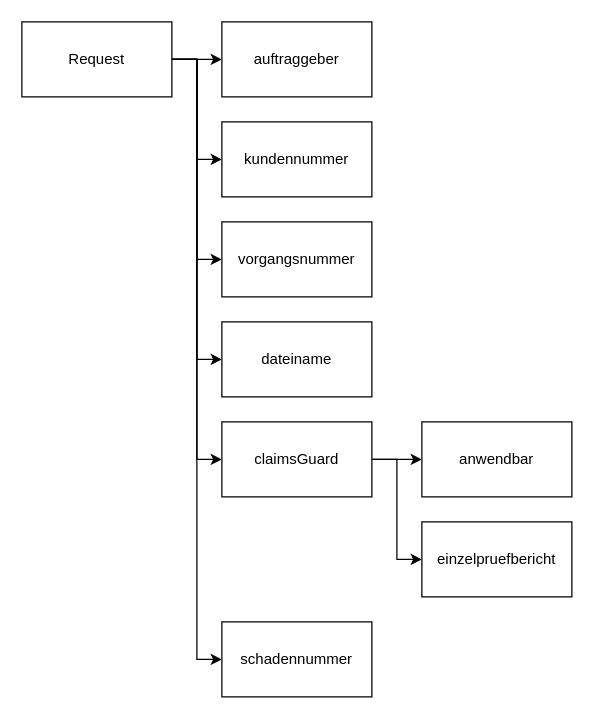
Above: Dokumentation/Diagramme/XML_Graph/XML_Anfrage.drawio in iiiLearningAccount/ReklaTool_221025 (draw.io), before the change. Source tidied: cells renumbered, new cells numbered last; positions are measured from the earlier drawing's top-left corner, leaving out a move shared by most shapes. Both pictures are drawn from the tidied source at 125%, with x=0, y=0 at pixel (21, 21).
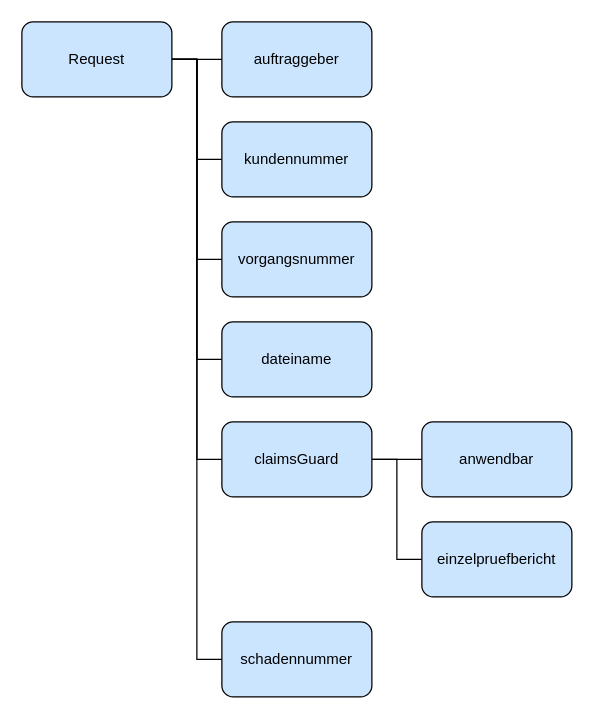
The same diagram, later.

The edit, as a diff of the source:
```diff
@@
-    <mxCell id="2" style="edgeStyle=orthogonalEdgeStyle;rounded=0;jettySize=auto;html=1;" parent="1" edge="1" source="8" target="9">
+    <mxCell id="2" style="edgeStyle=orthogonalEdgeStyle;rounded=0;jettySize=auto;html=1;endArrow=none;endFill=0;startArrow=none;startFill=0;" parent="1" edge="1" source="8" target="9">
       <mxGeometry relative="1" as="geometry" />
     </mxCell>
-    <mxCell id="3" style="edgeStyle=orthogonalEdgeStyle;rounded=0;jettySize=auto;html=1;fontSize=12;" parent="1" edge="1" source="8" target="10">
+    <mxCell id="3" style="edgeStyle=orthogonalEdgeStyle;rounded=0;jettySize=auto;html=1;fontSize=12;endArrow=none;endFill=0;startArrow=none;startFill=0;" parent="1" edge="1" source="8" target="10">
       <mxGeometry relative="1" as="geometry">
         <Array as="points">
           <mxPoint x="140" y="30" />
           <mxPoint x="140" y="110" />
         </Array>
       </mxGeometry>
     </mxCell>
-    <mxCell id="4" style="edgeStyle=orthogonalEdgeStyle;rounded=0;jettySize=auto;html=1;fontSize=12;" parent="1" edge="1" source="8" target="11">
+    <mxCell id="4" style="edgeStyle=orthogonalEdgeStyle;rounded=0;jettySize=auto;html=1;fontSize=12;endArrow=none;endFill=0;startArrow=none;startFill=0;" parent="1" edge="1" source="8" target="11">
       <mxGeometry relative="1" as="geometry">
         <Array as="points">
           <mxPoint x="140" y="30" />
           <mxPoint x="140" y="190" />
         </Array>
       </mxGeometry>
     </mxCell>
-    <mxCell id="5" style="edgeStyle=orthogonalEdgeStyle;rounded=0;jettySize=auto;html=1;fontSize=12;" parent="1" edge="1" source="8" target="12">
+    <mxCell id="5" style="edgeStyle=orthogonalEdgeStyle;rounded=0;jettySize=auto;html=1;fontSize=12;endArrow=none;endFill=0;startArrow=none;startFill=0;" parent="1" edge="1" source="8" target="12">
       <mxGeometry relative="1" as="geometry">
         <Array as="points">
           <mxPoint x="140" y="30" />
           <mxPoint x="140" y="270" />
         </Array>
       </mxGeometry>
     </mxCell>
-    <mxCell id="6" style="edgeStyle=orthogonalEdgeStyle;rounded=0;jettySize=auto;html=1;fontSize=12;" parent="1" edge="1" source="8" target="15">
+    <mxCell id="6" style="edgeStyle=orthogonalEdgeStyle;rounded=0;jettySize=auto;html=1;fontSize=12;endArrow=none;endFill=0;startArrow=none;startFill=0;" parent="1" edge="1" source="8" target="15">
       <mxGeometry relative="1" as="geometry">
         <Array as="points">
           <mxPoint x="140" y="30" />
           <mxPoint x="140" y="350" />
         </Array>
       </mxGeometry>
     </mxCell>
-    <mxCell id="7" style="edgeStyle=orthogonalEdgeStyle;rounded=0;jettySize=auto;html=1;fontSize=12;" parent="1" edge="1" source="8" target="18">
+    <mxCell id="7" style="edgeStyle=orthogonalEdgeStyle;rounded=0;jettySize=auto;html=1;fontSize=12;endArrow=none;endFill=0;startArrow=none;startFill=0;" parent="1" edge="1" source="8" target="18">
       <mxGeometry relative="1" as="geometry">
         <Array as="points">
           <mxPoint x="140" y="30" />
           <mxPoint x="140" y="510" />
         </Array>
       </mxGeometry>
     </mxCell>
-    <mxCell id="8" value="Request" style="rounded=0;whiteSpace=wrap;html=1;" parent="1" vertex="1">
+    <mxCell id="8" value="Request" style="rounded=1;whiteSpace=wrap;html=1;fillColor=#CCE5FF;" parent="1" vertex="1">
       <mxGeometry width="120" height="60" as="geometry" />
     </mxCell>
-    <mxCell id="9" value="auftraggeber" style="rounded=0;whiteSpace=wrap;html=1;" parent="1" vertex="1">
+    <mxCell id="9" value="auftraggeber" style="rounded=1;whiteSpace=wrap;html=1;fillColor=#CCE5FF;" parent="1" vertex="1">
       <mxGeometry x="160" width="120" height="60" as="geometry" />
     </mxCell>
-    <mxCell id="10" value="kundennummer" style="rounded=0;whiteSpace=wrap;html=1;" parent="1" vertex="1">
+    <mxCell id="10" value="kundennummer" style="rounded=1;whiteSpace=wrap;html=1;fillColor=#CCE5FF;" parent="1" vertex="1">
       <mxGeometry x="160" y="80" width="120" height="60" as="geometry" />
     </mxCell>
-    <mxCell id="11" value="vorgangsnummer" style="rounded=0;whiteSpace=wrap;html=1;" parent="1" vertex="1">
+    <mxCell id="11" value="vorgangsnummer" style="rounded=1;whiteSpace=wrap;html=1;fillColor=#CCE5FF;" parent="1" vertex="1">
       <mxGeometry x="160" y="160" width="120" height="60" as="geometry" />
     </mxCell>
-    <mxCell id="12" value="dateiname" style="rounded=0;whiteSpace=wrap;html=1;" parent="1" vertex="1">
+    <mxCell id="12" value="dateiname" style="rounded=1;whiteSpace=wrap;html=1;fillColor=#CCE5FF;" parent="1" vertex="1">
       <mxGeometry x="160" y="240" width="120" height="60" as="geometry" />
     </mxCell>
-    <mxCell id="13" style="edgeStyle=orthogonalEdgeStyle;rounded=0;jettySize=auto;html=1;fontSize=12;" parent="1" edge="1" source="15" target="16">
+    <mxCell id="13" style="edgeStyle=orthogonalEdgeStyle;rounded=0;jettySize=auto;html=1;fontSize=12;endArrow=none;endFill=0;startArrow=none;startFill=0;" parent="1" edge="1" source="15" target="16">
       <mxGeometry relative="1" as="geometry" />
     </mxCell>
-    <mxCell id="14" style="edgeStyle=orthogonalEdgeStyle;rounded=0;jettySize=auto;html=1;fontSize=12;" parent="1" edge="1" source="15" target="17">
+    <mxCell id="14" style="edgeStyle=orthogonalEdgeStyle;rounded=0;jettySize=auto;html=1;fontSize=12;endArrow=none;endFill=0;startArrow=none;startFill=0;" parent="1" edge="1" source="15" target="17">
       <mxGeometry relative="1" as="geometry">
         <Array as="points">
           <mxPoint x="300" y="350" />
           <mxPoint x="300" y="430" />
         </Array>
       </mxGeometry>
     </mxCell>
-    <mxCell id="15" value="claimsGuard" style="rounded=0;whiteSpace=wrap;html=1;" parent="1" vertex="1">
+    <mxCell id="15" value="claimsGuard" style="rounded=1;whiteSpace=wrap;html=1;fillColor=#CCE5FF;" parent="1" vertex="1">
       <mxGeometry x="160" y="320" width="120" height="60" as="geometry" />
     </mxCell>
-    <mxCell id="16" value="anwendbar" style="rounded=0;whiteSpace=wrap;html=1;" parent="1" vertex="1">
+    <mxCell id="16" value="anwendbar" style="rounded=1;whiteSpace=wrap;html=1;fillColor=#CCE5FF;" parent="1" vertex="1">
       <mxGeometry x="320" y="320" width="120" height="60" as="geometry" />
     </mxCell>
-    <mxCell id="17" value="einzelpruefbericht" style="rounded=0;whiteSpace=wrap;html=1;" parent="1" vertex="1">
+    <mxCell id="17" value="einzelpruefbericht" style="rounded=1;whiteSpace=wrap;html=1;fillColor=#CCE5FF;" parent="1" vertex="1">
       <mxGeometry x="320" y="400" width="120" height="60" as="geometry" />
     </mxCell>
-    <mxCell id="18" value="schadennummer" style="rounded=0;whiteSpace=wrap;html=1;" parent="1" vertex="1">
+    <mxCell id="18" value="schadennummer" style="rounded=1;whiteSpace=wrap;html=1;fillColor=#CCE5FF;" parent="1" vertex="1">
       <mxGeometry x="160" y="480" width="120" height="60" as="geometry" />
     </mxCell>
```
